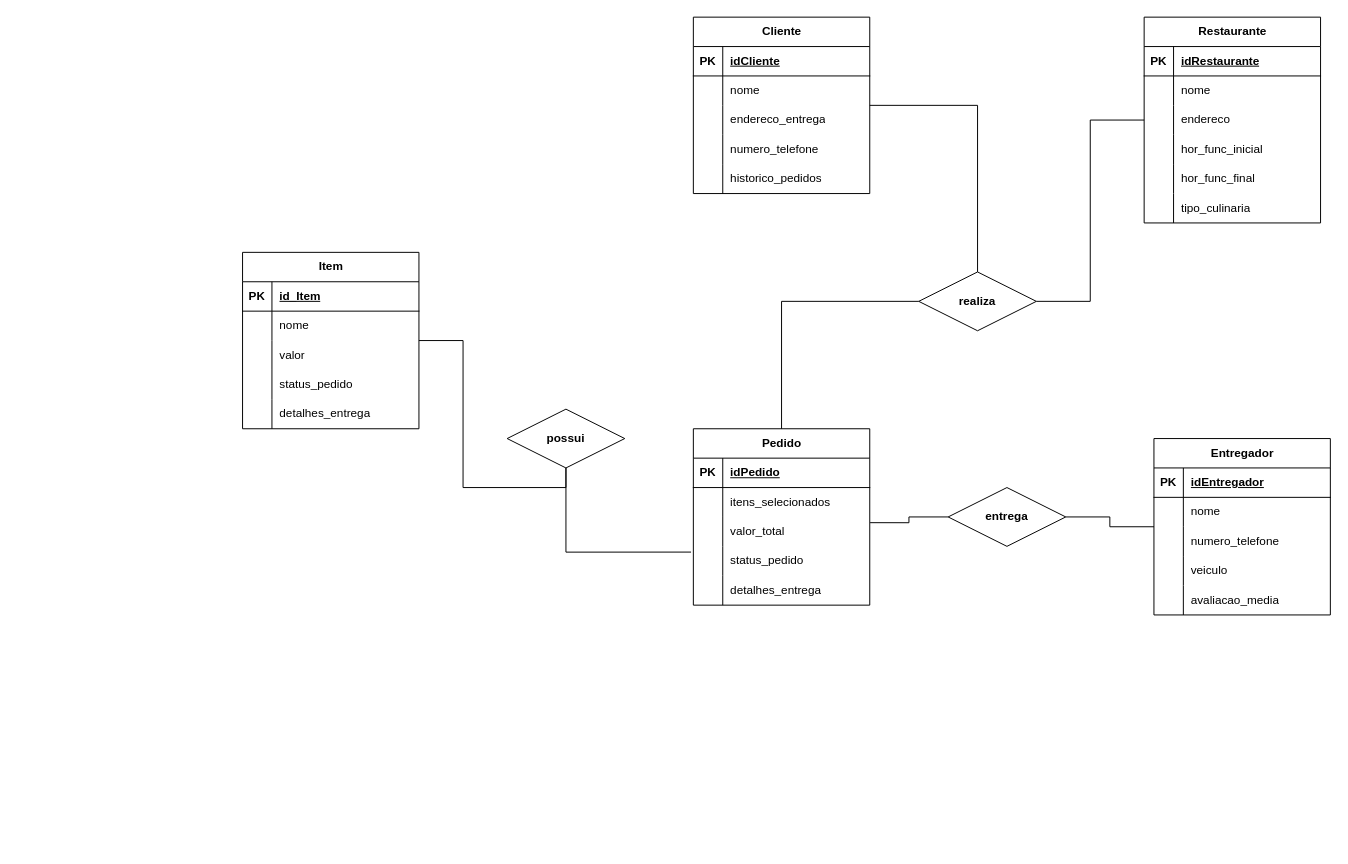
Above: app_delivery.drawio in cadullira/facorganizacao (draw.io), before the change. Source tidied: cells renumbered, new cells numbered last; positions are measured from the earlier drawing's top-left corner, leaving out a move shared by most shapes. Both pictures are drawn from the tidied source at 98%, with x=0, y=0 at pixel (242, 17).
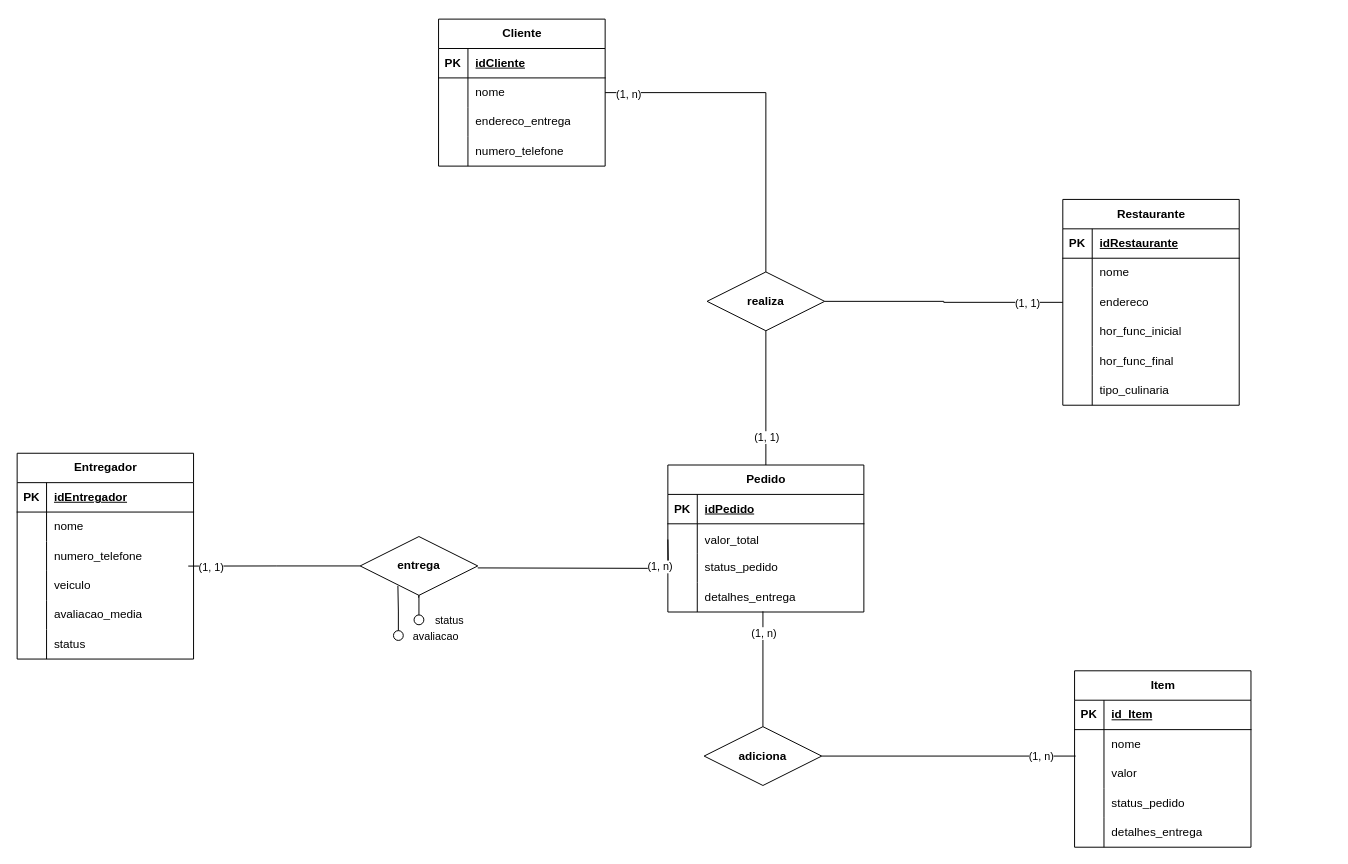
The same page after the edit.

Commit message:
Insere as cardinalidades de app_delivery.drawio

Unchanged cells that the change refers to:
```xml
<mxCell id="2" style="edgeStyle=orthogonalEdgeStyle;rounded=0;jettySize=auto;html=1;strokeColor=default;align=center;verticalAlign=middle;fontFamily=Helvetica;fontSize=12;fontColor=default;fontStyle=1;labelBackgroundColor=default;endArrow=none;endFill=0;" parent="1" edge="1" source="3" target="91">
  <mxGeometry relative="1" as="geometry" />
</mxCell>
<mxCell id="19" style="edgeStyle=orthogonalEdgeStyle;rounded=0;jettySize=auto;html=1;entryX=1;entryY=0.5;entryDx=0;entryDy=0;strokeColor=default;align=center;verticalAlign=middle;fontFamily=Helvetica;fontSize=12;fontColor=default;fontStyle=1;labelBackgroundColor=default;endArrow=none;endFill=0;" parent="1" edge="1" source="20" target="91">
  <mxGeometry relative="1" as="geometry" />
</mxCell>
<mxCell id="50" style="shape=tableRow;horizontal=0;startSize=0;swimlaneHead=0;swimlaneBody=0;fillColor=none;points=[[0,0.5],[1,0.5]];portConstraint=eastwest;top=0;left=0;right=0;bottom=0;" parent="40" vertex="1">
  <mxGeometry y="120" width="180" height="30" as="geometry" />
</mxCell>
<mxCell id="77" style="shape=tableRow;horizontal=0;startSize=0;swimlaneHead=0;swimlaneBody=0;fillColor=none;points=[[0,0.5],[1,0.5]];portConstraint=eastwest;top=0;left=0;right=0;bottom=0;" parent="73" vertex="1">
  <mxGeometry y="60" width="180" height="30" as="geometry" />
</mxCell>
<mxCell id="90" style="edgeStyle=orthogonalEdgeStyle;rounded=0;jettySize=auto;html=1;entryX=0.5;entryY=0;entryDx=0;entryDy=0;fontFamily=Helvetica;fontSize=12;fontColor=default;fontStyle=1;endArrow=none;endFill=0;" parent="1" edge="1" source="91" target="56">
  <mxGeometry relative="1" as="geometry" />
</mxCell>
```

The edit, as a diff of the source:
```diff
@@
+    <mxCell id="95" value="(1, n)" style="edgeLabel;html=1;align=center;verticalAlign=middle;fontFamily=Helvetica;fontSize=11;fontColor=default;labelBackgroundColor=default;" parent="2" vertex="1">
+      <mxGeometry x="-0.87" y="-1" relative="1" as="geometry" />
+    </mxCell>
     <mxCell id="3" value="Cliente" style="shape=table;startSize=30;childLayout=tableLayout;rowLines=0;fontStyle=1;align=center;html=1;" parent="1" vertex="1">
-      <mxGeometry x="460" width="180" height="180" as="geometry" />
+      <mxGeometry x="200" y="2" width="170" height="150" as="geometry" />
     </mxCell>
     <mxCell id="4" style="shape=tableRow;horizontal=0;startSize=0;swimlaneHead=0;swimlaneBody=0;fillColor=none;top=0;left=0;right=0;bottom=1;" parent="3" vertex="1">
-      <mxGeometry y="30" width="180" height="30" as="geometry" />
+      <mxGeometry y="30" width="170" height="30" as="geometry" />
     </mxCell>
@@
     <mxCell id="6" value="idCliente&lt;span style=&quot;white-space: pre;&quot;&gt;&#9;&lt;/span&gt;" style="shape=partialRectangle;fillColor=none;top=0;left=0;bottom=0;right=0;align=left;spacingLeft=6;fontStyle=5;overflow=hidden;whiteSpace=wrap;html=1;" parent="4" vertex="1">
-      <mxGeometry x="30" width="150" height="30" as="geometry" />
+      <mxGeometry x="30" width="140" height="30" as="geometry" />
     </mxCell>
     <mxCell id="7" style="shape=tableRow;horizontal=0;startSize=0;swimlaneHead=0;swimlaneBody=0;fillColor=none;top=0;left=0;right=0;bottom=0;" parent="3" vertex="1">
-      <mxGeometry y="60" width="180" height="30" as="geometry" />
+      <mxGeometry y="60" width="170" height="30" as="geometry" />
     </mxCell>
@@
     <mxCell id="9" value="nome" style="shape=partialRectangle;fillColor=none;top=0;left=0;bottom=0;right=0;align=left;spacingLeft=6;overflow=hidden;whiteSpace=wrap;html=1;" parent="7" vertex="1">
-      <mxGeometry x="30" width="150" height="30" as="geometry" />
+      <mxGeometry x="30" width="140" height="30" as="geometry" />
     </mxCell>
     <mxCell id="10" style="shape=tableRow;horizontal=0;startSize=0;swimlaneHead=0;swimlaneBody=0;fillColor=none;top=0;left=0;right=0;bottom=0;" parent="3" vertex="1">
-      <mxGeometry y="90" width="180" height="30" as="geometry" />
+      <mxGeometry y="90" width="170" height="30" as="geometry" />
     </mxCell>
@@
     <mxCell id="12" value="endereco_entrega" style="shape=partialRectangle;fillColor=none;top=0;left=0;bottom=0;right=0;align=left;spacingLeft=6;overflow=hidden;whiteSpace=wrap;html=1;" parent="10" vertex="1">
-      <mxGeometry x="30" width="150" height="30" as="geometry" />
+      <mxGeometry x="30" width="140" height="30" as="geometry" />
     </mxCell>
     <mxCell id="13" style="shape=tableRow;horizontal=0;startSize=0;swimlaneHead=0;swimlaneBody=0;fillColor=none;top=0;left=0;right=0;bottom=0;" parent="3" vertex="1">
-      <mxGeometry y="120" width="180" height="30" as="geometry" />
+      <mxGeometry y="120" width="170" height="30" as="geometry" />
     </mxCell>
@@
     <mxCell id="15" value="numero_telefone" style="shape=partialRectangle;fillColor=none;top=0;left=0;bottom=0;right=0;align=left;spacingLeft=6;overflow=hidden;whiteSpace=wrap;html=1;" parent="13" vertex="1">
-      <mxGeometry x="30" width="150" height="30" as="geometry" />
+      <mxGeometry x="30" width="140" height="30" as="geometry" />
     </mxCell>
-    <mxCell id="16" style="shape=tableRow;horizontal=0;startSize=0;swimlaneHead=0;swimlaneBody=0;fillColor=none;top=0;left=0;right=0;bottom=0;" parent="3" vertex="1">
-      <mxGeometry y="150" width="180" height="30" as="geometry" />
-    </mxCell>
-    <mxCell id="17" style="shape=partialRectangle;fillColor=none;top=0;left=0;bottom=0;right=0;overflow=hidden;whiteSpace=wrap;html=1;" parent="16" vertex="1">
-      <mxGeometry width="30" height="30" as="geometry" />
-    </mxCell>
-    <mxCell id="18" value="historico_pedidos" style="shape=partialRectangle;fillColor=none;top=0;left=0;bottom=0;right=0;align=left;spacingLeft=6;overflow=hidden;whiteSpace=wrap;html=1;" parent="16" vertex="1">
-      <mxGeometry x="30" width="150" height="30" as="geometry" />
-    </mxCell>
@@
+    <mxCell id="96" value="(1, 1)" style="edgeLabel;html=1;align=center;verticalAlign=middle;fontFamily=Helvetica;fontSize=11;fontColor=default;labelBackgroundColor=default;" parent="19" vertex="1">
+      <mxGeometry x="-0.7" relative="1" as="geometry" />
+    </mxCell>
     <mxCell id="20" value="Restaurante" style="shape=table;startSize=30;childLayout=tableLayout;rowLines=0;fontStyle=1;align=center;html=1;" parent="1" vertex="1">
-      <mxGeometry x="920" width="180" height="210" as="geometry" />
+      <mxGeometry x="837" y="186" width="180" height="210" as="geometry" />
     </mxCell>
@@
-    <mxCell id="39" style="edgeStyle=orthogonalEdgeStyle;rounded=0;jettySize=auto;html=1;strokeColor=default;align=center;verticalAlign=middle;fontFamily=Helvetica;fontSize=12;fontColor=default;fontStyle=1;labelBackgroundColor=default;endArrow=none;endFill=0;" parent="1" edge="1" source="40" target="92">
-      <mxGeometry relative="1" as="geometry" />
-    </mxCell>
     <mxCell id="40" value="Entregador" style="shape=table;startSize=30;childLayout=tableLayout;rowLines=0;fontStyle=1;align=center;html=1;" parent="1" vertex="1">
-      <mxGeometry x="930" y="430" width="180" height="180" as="geometry" />
+      <mxGeometry x="-230" y="445" width="180" height="210" as="geometry" />
     </mxCell>
@@
+    <mxCell id="97" style="shape=tableRow;horizontal=0;startSize=0;swimlaneHead=0;swimlaneBody=0;fillColor=none;top=0;left=0;right=0;bottom=0;" parent="40" vertex="1">
+      <mxGeometry y="180" width="180" height="30" as="geometry" />
+    </mxCell>
+    <mxCell id="98" style="shape=partialRectangle;fillColor=none;top=0;left=0;bottom=0;right=0;overflow=hidden;whiteSpace=wrap;html=1;" parent="97" vertex="1">
+      <mxGeometry width="30" height="30" as="geometry" />
+    </mxCell>
+    <mxCell id="99" value="status" style="shape=partialRectangle;fillColor=none;top=0;left=0;bottom=0;right=0;align=left;spacingLeft=6;overflow=hidden;whiteSpace=wrap;html=1;" parent="97" vertex="1">
+      <mxGeometry x="30" width="150" height="30" as="geometry" />
+    </mxCell>
     <mxCell id="56" value="Pedido" style="shape=table;startSize=30;childLayout=tableLayout;rowLines=0;fontStyle=1;align=center;html=1;" parent="1" vertex="1">
-      <mxGeometry x="460" y="420" width="180" height="180" as="geometry" />
+      <mxGeometry x="434" y="457" width="200" height="150" as="geometry" />
     </mxCell>
     <mxCell id="57" style="shape=tableRow;horizontal=0;startSize=0;swimlaneHead=0;swimlaneBody=0;fillColor=none;top=0;left=0;right=0;bottom=1;" parent="56" vertex="1">
-      <mxGeometry y="30" width="180" height="30" as="geometry" />
+      <mxGeometry y="30" width="200" height="30" as="geometry" />
     </mxCell>
@@
     <mxCell id="59" value="idPedido" style="shape=partialRectangle;fillColor=none;top=0;left=0;bottom=0;right=0;align=left;spacingLeft=6;fontStyle=5;overflow=hidden;whiteSpace=wrap;html=1;" parent="57" vertex="1">
-      <mxGeometry x="30" width="150" height="30" as="geometry" />
+      <mxGeometry x="30" width="170" height="30" as="geometry" />
     </mxCell>
-    <mxCell id="60" style="shape=tableRow;horizontal=0;startSize=0;swimlaneHead=0;swimlaneBody=0;fillColor=none;top=0;left=0;right=0;bottom=0;" parent="56" vertex="1">
-      <mxGeometry y="60" width="180" height="30" as="geometry" />
-    </mxCell>
-    <mxCell id="61" style="shape=partialRectangle;fillColor=none;top=0;left=0;bottom=0;right=0;overflow=hidden;whiteSpace=wrap;html=1;" parent="60" vertex="1">
-      <mxGeometry width="30" height="30" as="geometry" />
-    </mxCell>
-    <mxCell id="62" value="itens_selecionados" style="shape=partialRectangle;fillColor=none;top=0;left=0;bottom=0;right=0;align=left;spacingLeft=6;overflow=hidden;whiteSpace=wrap;html=1;" parent="60" vertex="1">
-      <mxGeometry x="30" width="150" height="30" as="geometry" />
-    </mxCell>
     <mxCell id="63" style="shape=tableRow;horizontal=0;startSize=0;swimlaneHead=0;swimlaneBody=0;fillColor=none;points=[[0,0.5],[1,0.5]];portConstraint=eastwest;top=0;left=0;right=0;bottom=0;" parent="56" vertex="1">
-      <mxGeometry y="90" width="180" height="30" as="geometry" />
+      <mxGeometry y="60" width="200" height="30" as="geometry" />
     </mxCell>
@@
-    <mxCell id="65" value="valor_total" style="shape=partialRectangle;fillColor=none;top=0;left=0;bottom=0;right=0;align=left;spacingLeft=6;overflow=hidden;whiteSpace=wrap;html=1;" parent="63" vertex="1">
-      <mxGeometry x="30" width="150" height="30" as="geometry" />
+    <mxCell id="65" style="shape=partialRectangle;fillColor=none;top=0;left=0;bottom=0;right=0;align=left;spacingLeft=6;overflow=hidden;whiteSpace=wrap;html=1;" parent="63" vertex="1">
+      <mxGeometry x="30" width="170" height="30" as="geometry" />
     </mxCell>
     <mxCell id="66" style="shape=tableRow;horizontal=0;startSize=0;swimlaneHead=0;swimlaneBody=0;fillColor=none;points=[[0,0.5],[1,0.5]];portConstraint=eastwest;top=0;left=0;right=0;bottom=0;" parent="56" vertex="1">
-      <mxGeometry y="120" width="180" height="30" as="geometry" />
+      <mxGeometry y="90" width="200" height="30" as="geometry" />
     </mxCell>
@@
     <mxCell id="68" value="status_pedido" style="shape=partialRectangle;fillColor=none;top=0;left=0;bottom=0;right=0;align=left;spacingLeft=6;overflow=hidden;whiteSpace=wrap;html=1;" parent="66" vertex="1">
-      <mxGeometry x="30" width="150" height="30" as="geometry" />
+      <mxGeometry x="30" width="170" height="30" as="geometry" />
     </mxCell>
     <mxCell id="69" style="shape=tableRow;horizontal=0;startSize=0;swimlaneHead=0;swimlaneBody=0;fillColor=none;points=[[0,0.5],[1,0.5]];portConstraint=eastwest;top=0;left=0;right=0;bottom=0;" parent="56" vertex="1">
-      <mxGeometry y="150" width="180" height="30" as="geometry" />
+      <mxGeometry y="120" width="200" height="30" as="geometry" />
     </mxCell>
@@
     <mxCell id="71" value="detalhes_entrega" style="shape=partialRectangle;fillColor=none;top=0;left=0;bottom=0;right=0;align=left;spacingLeft=6;overflow=hidden;whiteSpace=wrap;html=1;" parent="69" vertex="1">
-      <mxGeometry x="30" width="150" height="30" as="geometry" />
+      <mxGeometry x="30" width="170" height="30" as="geometry" />
     </mxCell>
-    <mxCell id="72" style="edgeStyle=orthogonalEdgeStyle;rounded=0;jettySize=auto;html=1;entryX=0.5;entryY=1;entryDx=0;entryDy=0;strokeColor=default;align=center;verticalAlign=middle;fontFamily=Helvetica;fontSize=12;fontColor=default;fontStyle=1;labelBackgroundColor=default;endArrow=none;endFill=0;" parent="1" edge="1" source="73" target="89">
-      <mxGeometry relative="1" as="geometry" />
-    </mxCell>
     <mxCell id="73" value="Item" style="shape=table;startSize=30;childLayout=tableLayout;rowLines=0;fontStyle=1;align=center;html=1;" parent="1" vertex="1">
-      <mxGeometry y="240" width="180" height="180" as="geometry" />
+      <mxGeometry x="849" y="667" width="180" height="180" as="geometry" />
     </mxCell>
@@
-    <mxCell id="89" value="possui" style="shape=rhombus;perimeter=rhombusPerimeter;whiteSpace=wrap;html=1;align=center;strokeColor=default;verticalAlign=middle;fontFamily=Helvetica;fontSize=12;fontColor=default;fontStyle=1;fillColor=default;" parent="1" vertex="1">
-      <mxGeometry x="270" y="400" width="120" height="60" as="geometry" />
+    <mxCell id="89" value="adiciona" style="shape=rhombus;perimeter=rhombusPerimeter;whiteSpace=wrap;html=1;align=center;strokeColor=default;verticalAlign=middle;fontFamily=Helvetica;fontSize=12;fontColor=default;fontStyle=1;fillColor=default;" parent="1" vertex="1">
+      <mxGeometry x="471" y="724" width="120" height="60" as="geometry" />
     </mxCell>
@@
+    <mxCell id="100" value="(1, 1)" style="edgeLabel;html=1;align=center;verticalAlign=middle;fontFamily=Helvetica;fontSize=11;fontColor=default;labelBackgroundColor=default;" parent="90" vertex="1">
+      <mxGeometry x="0.57" relative="1" as="geometry" />
+    </mxCell>
     <mxCell id="91" value="realiza" style="shape=rhombus;perimeter=rhombusPerimeter;whiteSpace=wrap;html=1;align=center;strokeColor=default;verticalAlign=middle;fontFamily=Helvetica;fontSize=12;fontColor=default;fontStyle=1;fillColor=default;" parent="1" vertex="1">
-      <mxGeometry x="690" y="260" width="120" height="60" as="geometry" />
+      <mxGeometry x="474" y="260" width="120" height="60" as="geometry" />
     </mxCell>
+    <mxCell id="101" style="edgeStyle=orthogonalEdgeStyle;rounded=0;orthogonalLoop=1;jettySize=auto;html=1;entryX=0;entryY=0.5;entryDx=0;entryDy=0;endArrow=none;endFill=0;" parent="1" edge="1">
+      <mxGeometry relative="1" as="geometry">
+        <mxPoint x="240" y="562" as="sourcePoint" />
+        <mxPoint x="434" y="533" as="targetPoint" />
+      </mxGeometry>
+    </mxCell>
+    <mxCell id="102" value="(1, n)" style="edgeLabel;html=1;align=center;verticalAlign=middle;fontFamily=Helvetica;fontSize=11;fontColor=default;labelBackgroundColor=default;" parent="101" vertex="1">
+      <mxGeometry x="0.65" y="2" relative="1" as="geometry" />
+    </mxCell>
     <mxCell id="92" value="entrega" style="shape=rhombus;perimeter=rhombusPerimeter;whiteSpace=wrap;html=1;align=center;strokeColor=default;verticalAlign=middle;fontFamily=Helvetica;fontSize=12;fontColor=default;fontStyle=1;fillColor=default;" parent="1" vertex="1">
-      <mxGeometry x="720" y="480" width="120" height="60" as="geometry" />
+      <mxGeometry x="120" y="530" width="120" height="60" as="geometry" />
     </mxCell>
-    <mxCell id="93" style="edgeStyle=orthogonalEdgeStyle;rounded=0;jettySize=auto;html=1;entryX=1.002;entryY=0.195;entryDx=0;entryDy=0;entryPerimeter=0;strokeColor=default;align=center;verticalAlign=middle;fontFamily=Helvetica;fontSize=12;fontColor=default;fontStyle=1;labelBackgroundColor=default;endArrow=none;endFill=0;" parent="1" edge="1" source="92" target="63">
-      <mxGeometry relative="1" as="geometry" />
-    </mxCell>
-    <mxCell id="94" style="edgeStyle=orthogonalEdgeStyle;rounded=0;jettySize=auto;html=1;entryX=-0.013;entryY=0.195;entryDx=0;entryDy=0;entryPerimeter=0;strokeColor=default;align=center;verticalAlign=middle;fontFamily=Helvetica;fontSize=12;fontColor=default;fontStyle=1;labelBackgroundColor=default;endArrow=none;endFill=0;" parent="1" edge="1" source="89" target="66">
-      <mxGeometry relative="1" as="geometry" />
-    </mxCell>
+    <mxCell id="103" style="edgeStyle=orthogonalEdgeStyle;rounded=0;jettySize=auto;html=1;entryX=0.97;entryY=-0.162;entryDx=0;entryDy=0;entryPerimeter=0;endArrow=none;endFill=0;" parent="1" edge="1" source="92" target="50">
+      <mxGeometry relative="1" as="geometry" />
+    </mxCell>
+    <mxCell id="104" value="(1, 1)" style="edgeLabel;html=1;align=center;verticalAlign=middle;fontFamily=Helvetica;fontSize=11;fontColor=default;labelBackgroundColor=default;" parent="103" vertex="1">
+      <mxGeometry x="0.74" y="1" relative="1" as="geometry" />
+    </mxCell>
+    <mxCell id="105" style="ellipse;whiteSpace=wrap;html=1;fontFamily=Helvetica;fontSize=11;fontColor=default;labelBackgroundColor=default;" parent="1" vertex="1">
+      <mxGeometry x="175" y="610" width="10" height="10" as="geometry" />
+    </mxCell>
+    <mxCell id="106" style="edgeStyle=orthogonalEdgeStyle;rounded=0;jettySize=auto;html=1;entryX=0.497;entryY=1.039;entryDx=0;entryDy=0;entryPerimeter=0;strokeColor=default;align=center;verticalAlign=middle;fontFamily=Helvetica;fontSize=11;fontColor=default;labelBackgroundColor=default;endArrow=none;endFill=0;" parent="1" edge="1" source="105" target="92">
+      <mxGeometry relative="1" as="geometry" />
+    </mxCell>
+    <mxCell id="107" value="status" style="edgeLabel;html=1;align=center;verticalAlign=middle;fontFamily=Helvetica;fontSize=11;fontColor=default;labelBackgroundColor=default;" parent="106" vertex="1">
+      <mxGeometry x="-0.06" y="1" relative="1" as="geometry">
+        <mxPoint x="31" y="16" as="offset" />
+      </mxGeometry>
+    </mxCell>
+    <mxCell id="108" style="edgeStyle=orthogonalEdgeStyle;rounded=0;jettySize=auto;html=1;entryX=0.006;entryY=0.9;entryDx=0;entryDy=0;entryPerimeter=0;strokeColor=default;align=center;verticalAlign=middle;fontFamily=Helvetica;fontSize=11;fontColor=default;labelBackgroundColor=default;endArrow=none;endFill=0;" parent="1" edge="1" source="89" target="77">
+      <mxGeometry relative="1" as="geometry" />
+    </mxCell>
+    <mxCell id="109" value="(1, n)" style="edgeLabel;html=1;align=center;verticalAlign=middle;fontFamily=Helvetica;fontSize=11;fontColor=default;labelBackgroundColor=default;" parent="108" vertex="1">
+      <mxGeometry x="0.72" relative="1" as="geometry" />
+    </mxCell>
+    <mxCell id="110" style="edgeStyle=orthogonalEdgeStyle;rounded=0;jettySize=auto;html=1;entryX=0.485;entryY=0.978;entryDx=0;entryDy=0;entryPerimeter=0;strokeColor=default;align=center;verticalAlign=middle;fontFamily=Helvetica;fontSize=11;fontColor=default;labelBackgroundColor=default;endArrow=none;endFill=0;" parent="1" edge="1" source="89" target="69">
+      <mxGeometry relative="1" as="geometry" />
+    </mxCell>
+    <mxCell id="111" value="(1, n)" style="edgeLabel;html=1;align=center;verticalAlign=middle;fontFamily=Helvetica;fontSize=11;fontColor=default;labelBackgroundColor=default;" parent="110" vertex="1">
+      <mxGeometry x="0.64" relative="1" as="geometry" />
+    </mxCell>
+    <mxCell id="112" style="shape=partialRectangle;fillColor=none;top=0;left=0;bottom=0;right=0;overflow=hidden;whiteSpace=wrap;html=1;" parent="1" vertex="1">
+      <mxGeometry x="434" y="546" width="30" height="30" as="geometry" />
+    </mxCell>
+    <mxCell id="113" value="valor_total" style="shape=partialRectangle;fillColor=none;top=0;left=0;bottom=0;right=0;align=left;spacingLeft=6;overflow=hidden;whiteSpace=wrap;html=1;" parent="1" vertex="1">
+      <mxGeometry x="464" y="519" width="170" height="30" as="geometry" />
+    </mxCell>
+    <mxCell id="114" style="ellipse;whiteSpace=wrap;html=1;fontFamily=Helvetica;fontSize=11;fontColor=default;labelBackgroundColor=default;" parent="1" vertex="1">
+      <mxGeometry x="154" y="626" width="10" height="10" as="geometry" />
+    </mxCell>
+    <mxCell id="115" style="edgeStyle=orthogonalEdgeStyle;rounded=0;jettySize=auto;html=1;entryX=0.321;entryY=0.839;entryDx=0;entryDy=0;entryPerimeter=0;strokeColor=default;align=center;verticalAlign=middle;fontFamily=Helvetica;fontSize=11;fontColor=default;labelBackgroundColor=default;endArrow=none;endFill=0;" parent="1" edge="1" source="114" target="92">
+      <mxGeometry relative="1" as="geometry" />
+    </mxCell>
+    <mxCell id="116" value="avaliacao" style="edgeLabel;html=1;align=center;verticalAlign=middle;fontFamily=Helvetica;fontSize=11;fontColor=default;labelBackgroundColor=default;" parent="115" vertex="1">
+      <mxGeometry x="0.06" relative="1" as="geometry">
+        <mxPoint x="38" y="29" as="offset" />
+      </mxGeometry>
+    </mxCell>
```
